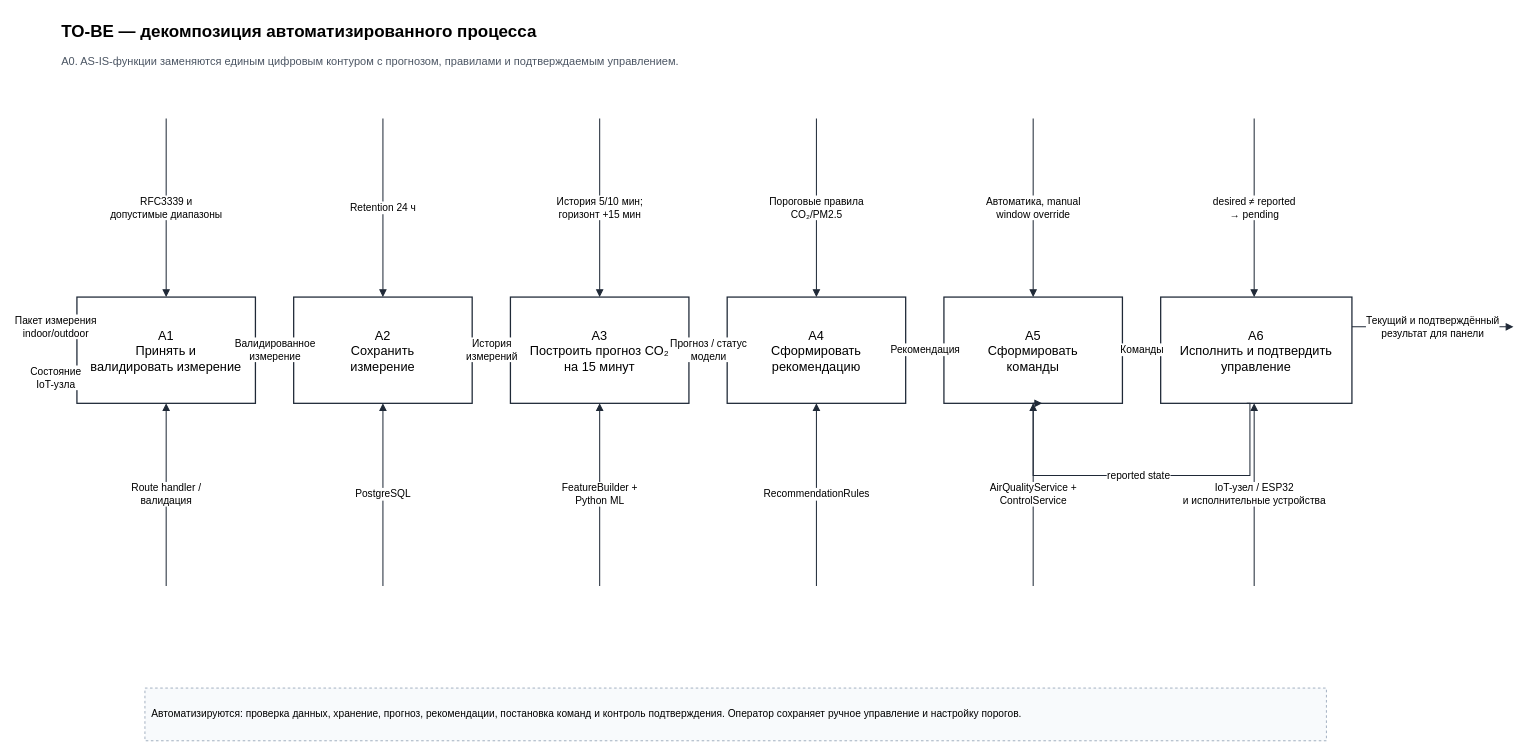
Before: page "A0 Декомпозиция" (2 of 2) of docs/diagrams/to-be.drawio in Garun-mp4/air_check_system, a draw.io diagram. Source tidied: cells renumbered, new cells numbered last; positions are measured from the earlier drawing's top-left corner, leaving out a move shared by most shapes. Both pictures are drawn from the tidied source at 85%, with x=0, y=0 at pixel (34, 14).
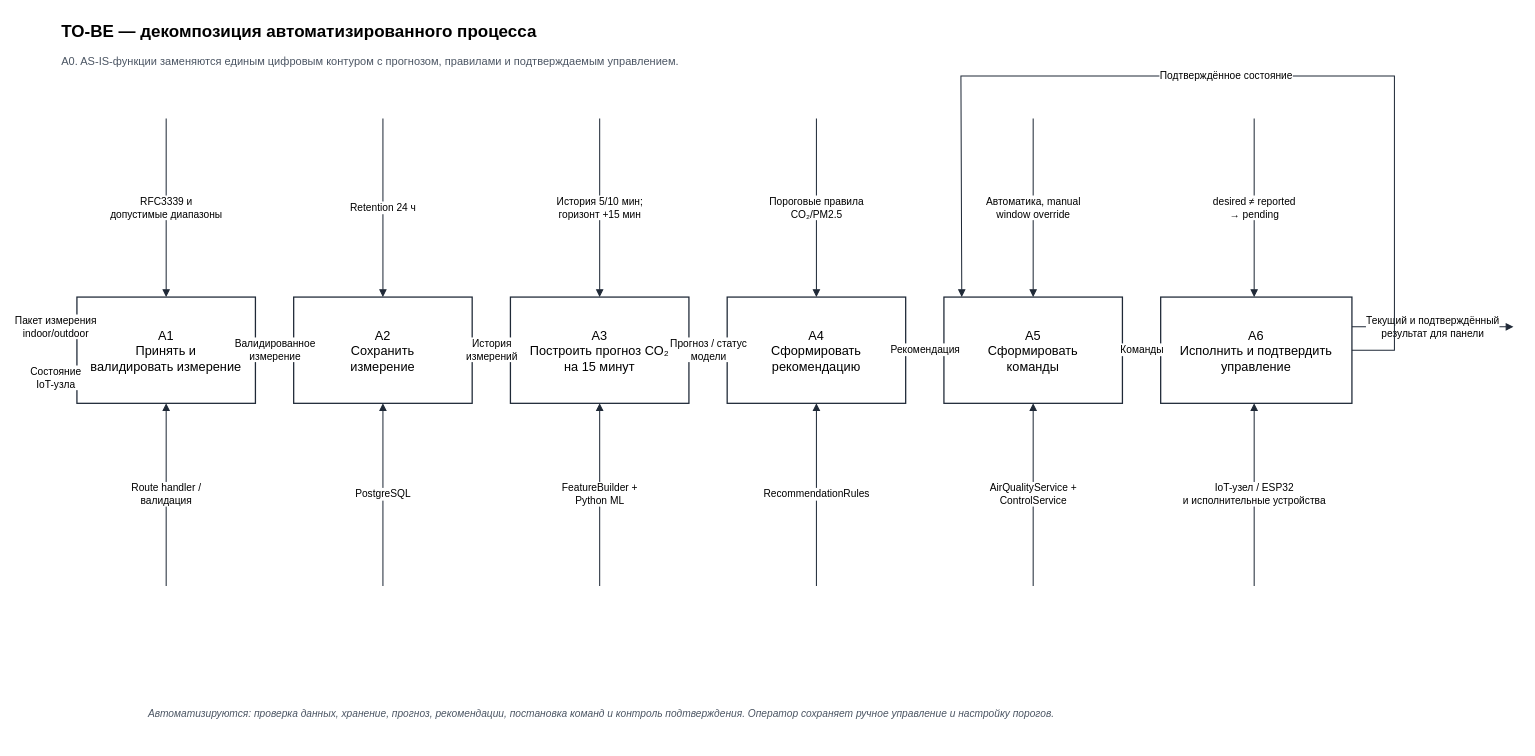
The same page after the edit.

Unchanged cells that the change refers to:
```xml
<mxCell id="8" value="A5&#10;Сформировать&#10;команды" style="rounded=0;whiteSpace=wrap;html=1;fillColor=#ffffff;strokeColor=#1f2937;strokeWidth=1.5;align=center;verticalAlign=middle;fontSize=15;" parent="1" vertex="1">
  <mxGeometry x="1070" y="332" width="210" height="125" as="geometry" />
</mxCell>
<mxCell id="9" value="A6&#10;Исполнить и подтвердить&#10;управление" style="rounded=0;whiteSpace=wrap;html=1;fillColor=#ffffff;strokeColor=#1f2937;strokeWidth=1.5;align=center;verticalAlign=middle;fontSize=15;" parent="1" vertex="1">
  <mxGeometry x="1325" y="332" width="225" height="125" as="geometry" />
</mxCell>
```

Change to the diagram source:
```diff
@@
-    <mxCell id="18" value="reported state" style="edgeStyle=orthogonalEdgeStyle;rounded=0;jettySize=auto;html=1;endArrow=block;endFill=1;strokeColor=#1f2937;strokeWidth=1.2;fontSize=12;labelBackgroundColor=#ffffff;exitX=0.45;exitY=1;entryX=0.55;entryY=1;" parent="1" edge="1" source="9" target="8">
+    <mxCell id="18" value="Подтверждённое состояние" style="edgeStyle=orthogonalEdgeStyle;rounded=0;jettySize=auto;html=1;endArrow=block;endFill=1;strokeColor=#1f2937;strokeWidth=1.2;fontSize=12;labelBackgroundColor=#ffffff;exitX=1;exitY=0.5;entryX=0.1;entryY=0;" parent="1" edge="1" source="9" target="8">
       <mxGeometry relative="1" as="geometry">
         <Array as="points">
-          <mxPoint x="1430" y="457" />
-          <mxPoint x="1430" y="542" />
-          <mxPoint x="1175" y="542" />
-          <mxPoint x="1175" y="457" />
+          <mxPoint x="1600" y="394" />
+          <mxPoint x="1600" y="72" />
+          <mxPoint x="1090" y="72" />
+          <mxPoint x="1090" y="332" />
         </Array>
       </mxGeometry>
     </mxCell>
@@
-    <mxCell id="31" value="Автоматизируются: проверка данных, хранение, прогноз, рекомендации, постановка команд и контроль подтверждения. Оператор сохраняет ручное управление и настройку порогов." style="rounded=0;whiteSpace=wrap;html=1;fillColor=#f8fafc;strokeColor=#94a3b8;dashed=1;align=left;verticalAlign=middle;fontSize=12;spacing=8;" parent="1" vertex="1">
+    <mxCell id="31" value="Автоматизируются: проверка данных, хранение, прогноз, рекомендации, постановка команд и контроль подтверждения. Оператор сохраняет ручное управление и настройку порогов." style="text;html=1;align=left;verticalAlign=middle;fontSize=12;fontStyle=2;fontColor=#4b5563;whiteSpace=wrap;spacing=4;" parent="1" vertex="1">
       <mxGeometry x="130" y="792" width="1390" height="62" as="geometry" />
     </mxCell>
```
